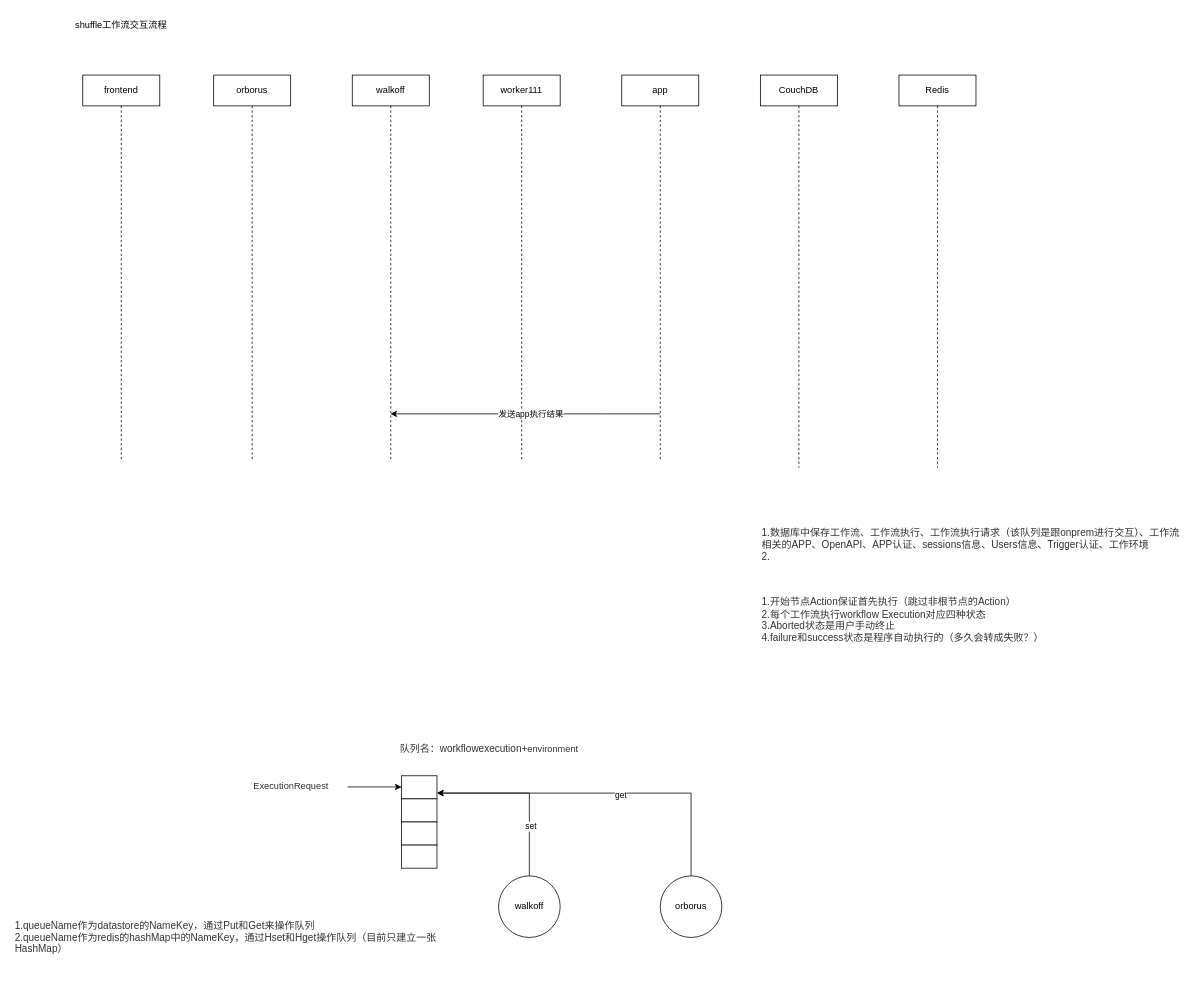
Above: page "工作流时序图" (1 of 2) of walkflow.drawio in lzhz2012/drawio (draw.io), before the change. Source tidied: cells renumbered, new cells numbered last; positions are measured from the earlier drawing's top-left corner, leaving out a move shared by most shapes. Both pictures are drawn from the tidied source at 77%, with x=0, y=0 at pixel (13, 13).
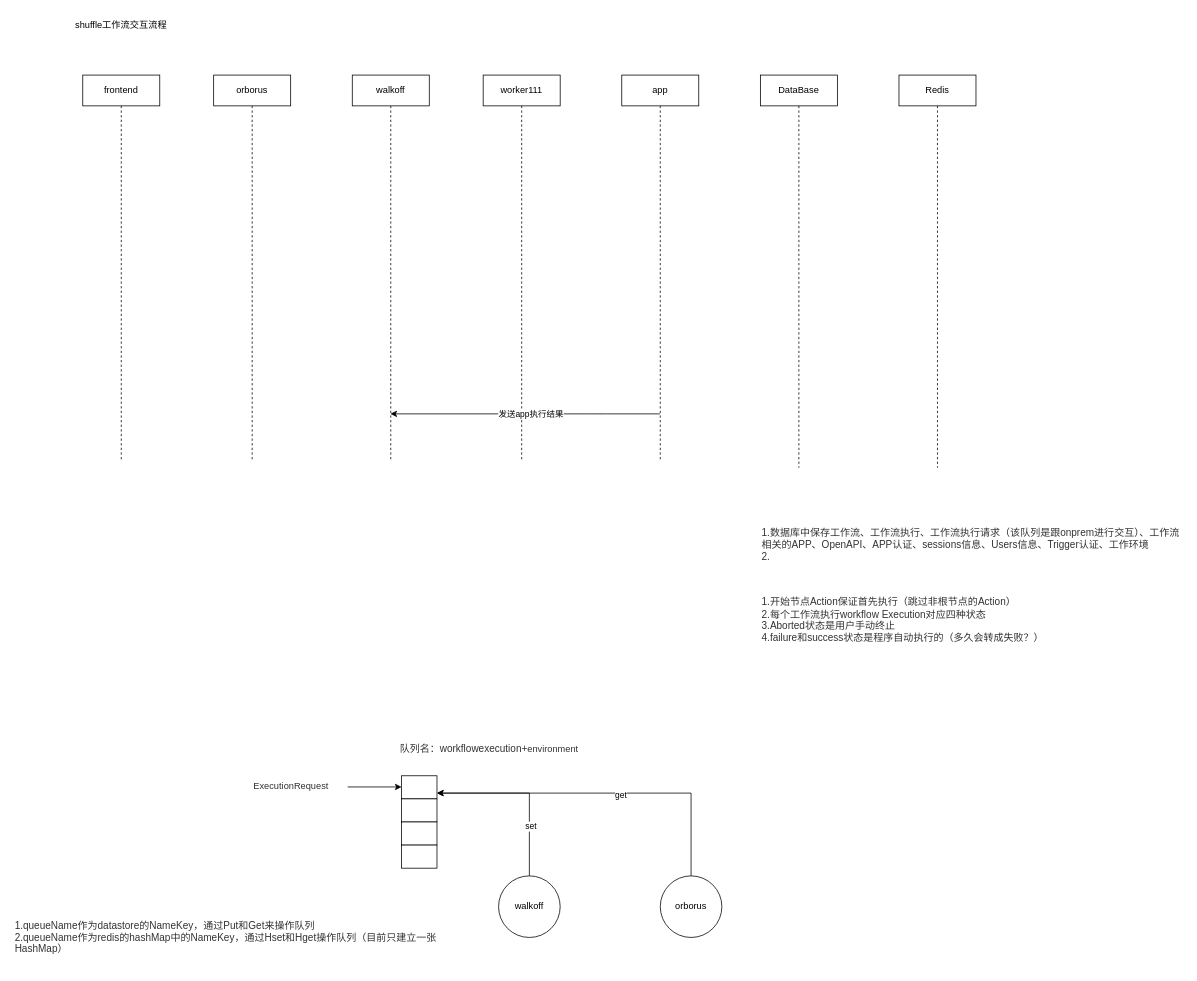
The same page after the edit.

What changed in the source:
```diff
@@
-    <mxCell id="8" value="CouchDB" style="shape=umlLifeline;perimeter=lifelinePerimeter;whiteSpace=wrap;html=1;" parent="1" vertex="1">
+    <mxCell id="8" value="DataBase" style="shape=umlLifeline;perimeter=lifelinePerimeter;whiteSpace=wrap;html=1;" parent="1" vertex="1">
       <mxGeometry x="970" y="80" width="100" height="510" as="geometry" />
     </mxCell>
```
